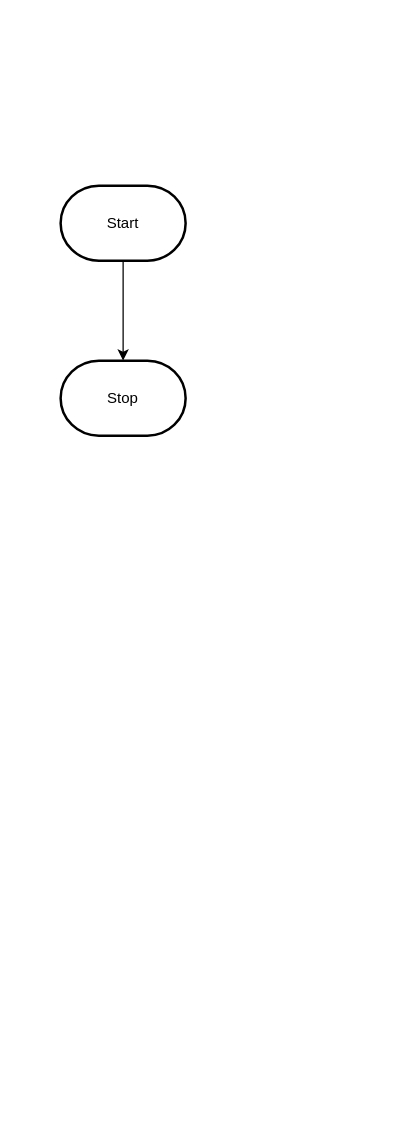
Before: design/flowchart.drawio in MTHS-ICD2O-1-2023/ICD2O-Unit-5-01-tymofii-stepanov, a draw.io diagram. Source tidied: cells renumbered, new cells numbered last; positions are measured from the earlier drawing's top-left corner, leaving out a move shared by most shapes. Both pictures are drawn from the tidied source at 125%, with x=0, y=0 at pixel (60, 185).
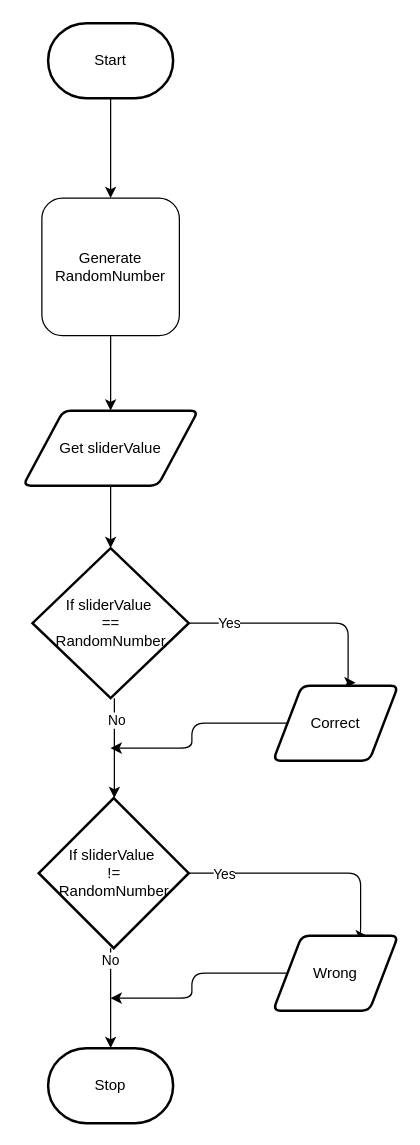
The same page after the edit.

What changed in the source:
```diff
@@
-    <mxCell id="2" style="edgeStyle=orthogonalEdgeStyle;html=1;rounded=0;" parent="1" edge="1" source="3" target="4">
-      <mxGeometry relative="1" as="geometry" />
-    </mxCell>
+    <mxCell id="5" style="edgeStyle=none;html=1;entryX=0.5;entryY=0;entryDx=0;entryDy=0;" parent="1" edge="1" source="3" target="7">
+      <mxGeometry relative="1" as="geometry" />
+    </mxCell>
     <mxCell id="3" value="Start" style="strokeWidth=2;html=1;shape=mxgraph.flowchart.terminator;whiteSpace=wrap;" parent="1" vertex="1">
-      <mxGeometry width="100" height="60" as="geometry" />
+      <mxGeometry x="-10" y="-130" width="100" height="60" as="geometry" />
     </mxCell>
     <mxCell id="4" value="Stop" style="strokeWidth=2;html=1;shape=mxgraph.flowchart.terminator;whiteSpace=wrap;" parent="1" vertex="1">
-      <mxGeometry y="140" width="100" height="60" as="geometry" />
+      <mxGeometry x="-10" y="690" width="100" height="60" as="geometry" />
     </mxCell>
+    <mxCell id="6" style="edgeStyle=none;html=1;" parent="1" edge="1" source="7" target="9">
+      <mxGeometry relative="1" as="geometry" />
+    </mxCell>
+    <mxCell id="7" value="Generate&lt;br&gt;RandomNumber" style="rounded=1;whiteSpace=wrap;html=1;" parent="1" vertex="1">
+      <mxGeometry x="-15" y="10" width="110" height="110" as="geometry" />
+    </mxCell>
+    <mxCell id="8" style="edgeStyle=elbowEdgeStyle;html=1;entryX=0.5;entryY=0;entryDx=0;entryDy=0;entryPerimeter=0;" parent="1" edge="1" source="9" target="13">
+      <mxGeometry relative="1" as="geometry" />
+    </mxCell>
+    <mxCell id="9" value="Get sliderValue" style="shape=parallelogram;html=1;strokeWidth=2;perimeter=parallelogramPerimeter;whiteSpace=wrap;rounded=1;arcSize=12;size=0.23;" parent="1" vertex="1">
+      <mxGeometry x="-30" y="180" width="140" height="60" as="geometry" />
+    </mxCell>
+    <mxCell id="10" value="Yes" style="edgeStyle=elbowEdgeStyle;html=1;entryX=0.66;entryY=-0.04;entryDx=0;entryDy=0;entryPerimeter=0;" parent="1" edge="1" source="13" target="15">
+      <mxGeometry x="-0.66" relative="1" as="geometry">
+        <Array as="points">
+          <mxPoint x="230" y="350" />
+        </Array>
+        <mxPoint x="1" as="offset" />
+      </mxGeometry>
+    </mxCell>
+    <mxCell id="11" style="edgeStyle=elbowEdgeStyle;html=1;entryX=0.5;entryY=0;entryDx=0;entryDy=0;entryPerimeter=0;" parent="1" edge="1" source="13" target="19">
+      <mxGeometry relative="1" as="geometry" />
+    </mxCell>
+    <mxCell id="12" value="No" style="edgeLabel;html=1;align=center;verticalAlign=middle;" parent="11" vertex="1">
+      <mxGeometry x="-0.58" y="1" relative="1" as="geometry" />
+    </mxCell>
+    <mxCell id="13" value="If sliderValue&amp;nbsp;&lt;br&gt;==&lt;br&gt;RandomNumber" style="strokeWidth=2;html=1;shape=mxgraph.flowchart.decision;whiteSpace=wrap;" parent="1" vertex="1">
+      <mxGeometry x="-22.5" y="290" width="125" height="120" as="geometry" />
+    </mxCell>
+    <mxCell id="14" style="edgeStyle=elbowEdgeStyle;html=1;" parent="1" edge="1" source="15">
+      <mxGeometry relative="1" as="geometry">
+        <mxPoint x="40" y="450" as="targetPoint" />
+      </mxGeometry>
+    </mxCell>
+    <mxCell id="15" value="Correct" style="shape=parallelogram;html=1;strokeWidth=2;perimeter=parallelogramPerimeter;whiteSpace=wrap;rounded=1;arcSize=12;size=0.23;" parent="1" vertex="1">
+      <mxGeometry x="170" y="400" width="100" height="60" as="geometry" />
+    </mxCell>
+    <mxCell id="16" style="edgeStyle=elbowEdgeStyle;html=1;entryX=0.75;entryY=0;entryDx=0;entryDy=0;" parent="1" edge="1" source="19" target="21">
+      <mxGeometry relative="1" as="geometry">
+        <Array as="points">
+          <mxPoint x="240" y="550" />
+        </Array>
+      </mxGeometry>
+    </mxCell>
+    <mxCell id="17" value="Yes" style="edgeLabel;html=1;align=center;verticalAlign=middle;" parent="16" vertex="1">
+      <mxGeometry x="-0.31" y="-1" relative="1" as="geometry">
+        <mxPoint x="-38" y="-1" as="offset" />
+      </mxGeometry>
+    </mxCell>
+    <mxCell id="18" value="No" style="edgeStyle=elbowEdgeStyle;html=1;entryX=0.5;entryY=0;entryDx=0;entryDy=0;entryPerimeter=0;" parent="1" edge="1" source="19" target="4">
+      <mxGeometry x="-0.75" relative="1" as="geometry" />
+    </mxCell>
+    <mxCell id="19" value="If sliderValue&amp;nbsp;&lt;br&gt;!=&lt;br&gt;RandomNumber" style="strokeWidth=2;html=1;shape=mxgraph.flowchart.decision;whiteSpace=wrap;" parent="1" vertex="1">
+      <mxGeometry x="-17.5" y="490" width="120" height="120" as="geometry" />
+    </mxCell>
+    <mxCell id="20" style="edgeStyle=elbowEdgeStyle;html=1;" parent="1" edge="1" source="21">
+      <mxGeometry relative="1" as="geometry">
+        <mxPoint x="40" y="650" as="targetPoint" />
+      </mxGeometry>
+    </mxCell>
+    <mxCell id="21" value="Wrong" style="shape=parallelogram;html=1;strokeWidth=2;perimeter=parallelogramPerimeter;whiteSpace=wrap;rounded=1;arcSize=12;size=0.23;" parent="1" vertex="1">
+      <mxGeometry x="170" y="600" width="100" height="60" as="geometry" />
+    </mxCell>
```
